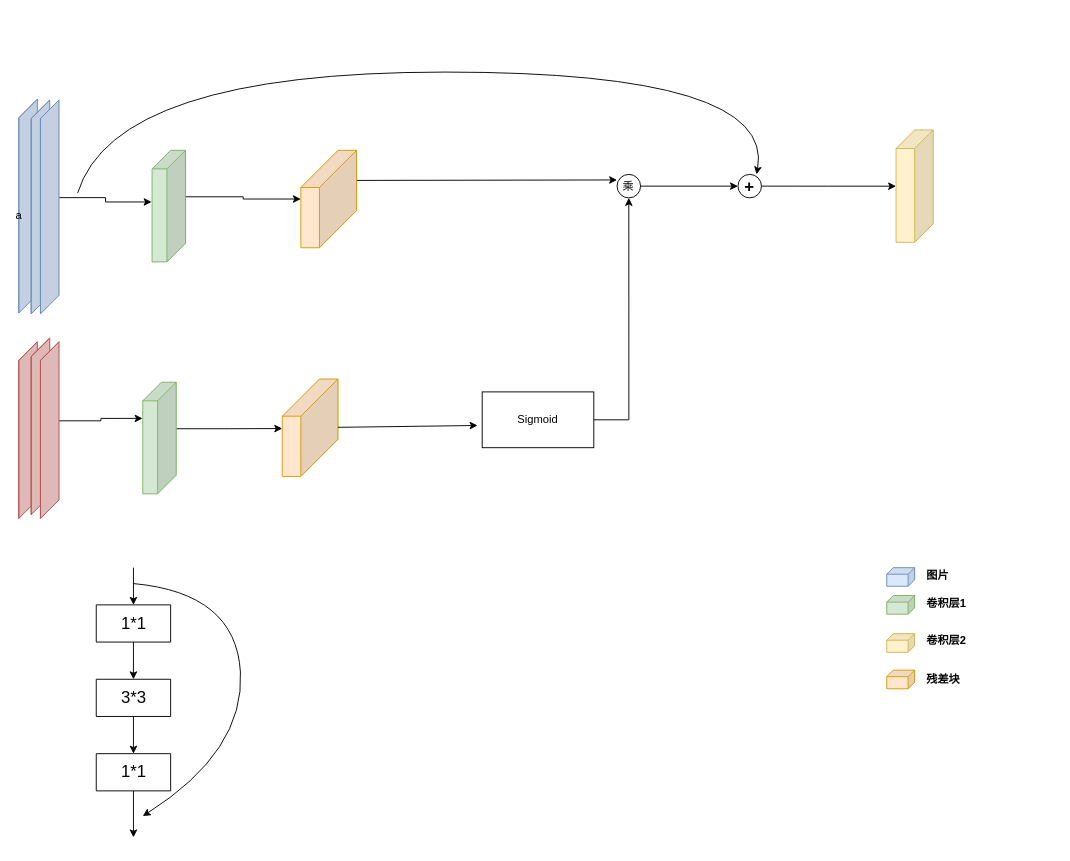
This is roi3.drawio from dkhonker/bigcreat-Architecture-Diagrams, a draw.io file, before an edit. Source tidied: cells renumbered, new cells numbered last; positions are measured from the earlier drawing's top-left corner, leaving out a move shared by most shapes. Both pictures are drawn from the tidied source at 93%, with x=0, y=0 at pixel (19, 72).
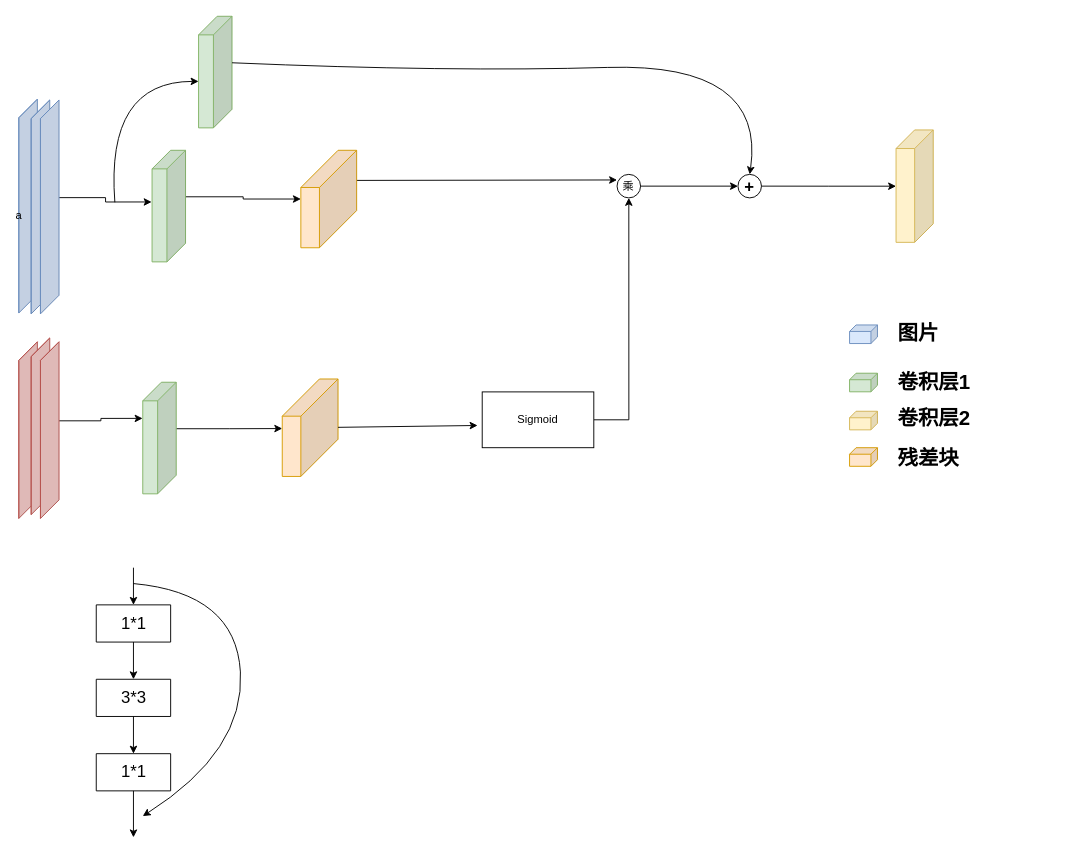
After the change.

The change refers to these unchanged cells:
```xml
<mxCell id="4" style="shape=cube;whiteSpace=wrap;html=1;boundedLbl=1;backgroundOutline=1;darkOpacity=0.05;darkOpacity2=0.1;size=20;direction=east;flipH=1;fillColor=#d5e8d4;strokeColor=#82b366;" parent="1" vertex="1">
  <mxGeometry x="143" y="84.1" width="36" height="120" as="geometry" />
</mxCell>
<mxCell id="16" style="shape=cube;whiteSpace=wrap;html=1;boundedLbl=1;backgroundOutline=1;darkOpacity=0.05;darkOpacity2=0.1;size=20;direction=east;flipH=1;fillColor=#dae8fc;strokeColor=#6c8ebf;" parent="1" vertex="1">
  <mxGeometry x="23" y="30" width="20" height="230" as="geometry" />
</mxCell>
<mxCell id="33" value="&lt;b&gt;&lt;font style=&quot;font-size: 18px;&quot;&gt;+&lt;/font&gt;&lt;/b&gt;" style="ellipse;whiteSpace=wrap;html=1;" parent="1" vertex="1">
  <mxGeometry x="773" y="110" width="25.3" height="25.3" as="geometry" />
</mxCell>
```

What changed in the source:
```diff
@@
     <mxCell id="5" style="shape=cube;whiteSpace=wrap;html=1;boundedLbl=1;backgroundOutline=1;darkOpacity=0.05;darkOpacity2=0.1;size=7;direction=east;flipH=1;fillColor=#dae8fc;strokeColor=#6c8ebf;" parent="1" vertex="1">
-      <mxGeometry x="933" y="532.9" width="30" height="20" as="geometry" />
+      <mxGeometry x="893" y="271.9" width="30" height="20" as="geometry" />
     </mxCell>
     <mxCell id="6" style="shape=cube;whiteSpace=wrap;html=1;boundedLbl=1;backgroundOutline=1;darkOpacity=0.05;darkOpacity2=0.1;size=7;direction=east;flipH=1;fillColor=#d5e8d4;strokeColor=#82b366;" parent="1" vertex="1">
-      <mxGeometry x="933" y="562.9" width="30" height="20" as="geometry" />
+      <mxGeometry x="893" y="323.8" width="30" height="20" as="geometry" />
     </mxCell>
-    <mxCell id="7" value="图片" style="text;html=1;strokeColor=none;fillColor=none;align=left;verticalAlign=middle;whiteSpace=wrap;rounded=0;fontStyle=1;" parent="1" vertex="1">
-      <mxGeometry x="974" y="530" width="138" height="23.9" as="geometry" />
+    <mxCell id="7" value="图片" style="text;html=1;strokeColor=none;fillColor=none;align=left;verticalAlign=middle;whiteSpace=wrap;rounded=0;fontStyle=1;fontSize=22;" parent="1" vertex="1">
+      <mxGeometry x="943" y="270" width="138" height="23.9" as="geometry" />
     </mxCell>
-    <mxCell id="8" value="卷积层1" style="text;html=1;strokeColor=none;fillColor=none;align=left;verticalAlign=middle;whiteSpace=wrap;rounded=0;fontStyle=1;" parent="1" vertex="1">
-      <mxGeometry x="974" y="560" width="138" height="23.9" as="geometry" />
+    <mxCell id="8" value="卷积层1" style="text;html=1;strokeColor=none;fillColor=none;align=left;verticalAlign=middle;whiteSpace=wrap;rounded=0;fontStyle=1;fontSize=22;" parent="1" vertex="1">
+      <mxGeometry x="943" y="321.9" width="138" height="23.9" as="geometry" />
     </mxCell>
-    <mxCell id="9" value="残差块" style="text;html=1;strokeColor=none;fillColor=none;align=left;verticalAlign=middle;whiteSpace=wrap;rounded=0;fontStyle=1;" parent="1" vertex="1">
-      <mxGeometry x="974" y="641.1" width="138" height="23.9" as="geometry" />
+    <mxCell id="9" value="&lt;font style=&quot;font-size: 22px;&quot;&gt;残差块&lt;/font&gt;" style="text;html=1;strokeColor=none;fillColor=none;align=left;verticalAlign=middle;whiteSpace=wrap;rounded=0;fontStyle=1;" parent="1" vertex="1">
+      <mxGeometry x="943" y="403.9" width="138" height="23.9" as="geometry" />
     </mxCell>
@@
     <mxCell id="11" style="shape=cube;whiteSpace=wrap;html=1;boundedLbl=1;backgroundOutline=1;darkOpacity=0.05;darkOpacity2=0.1;size=7;direction=east;flipH=1;fillColor=#ffe6cc;strokeColor=#d79b00;" parent="1" vertex="1">
-      <mxGeometry x="933" y="643.1" width="30" height="20" as="geometry" />
+      <mxGeometry x="893" y="403.9" width="30" height="20" as="geometry" />
     </mxCell>
     <mxCell id="12" style="shape=cube;whiteSpace=wrap;html=1;boundedLbl=1;backgroundOutline=1;darkOpacity=0.05;darkOpacity2=0.1;size=7;direction=east;flipH=1;fillColor=#fff2cc;strokeColor=#d6b656;" parent="1" vertex="1">
-      <mxGeometry x="933" y="603.9" width="30" height="20" as="geometry" />
+      <mxGeometry x="893" y="364.7" width="30" height="20" as="geometry" />
     </mxCell>
-    <mxCell id="13" value="卷积层2" style="text;html=1;strokeColor=none;fillColor=none;align=left;verticalAlign=middle;whiteSpace=wrap;rounded=0;fontStyle=1;" parent="1" vertex="1">
-      <mxGeometry x="974" y="600" width="138" height="23.9" as="geometry" />
+    <mxCell id="13" value="&lt;font style=&quot;font-size: 22px;&quot;&gt;卷积层2&lt;/font&gt;" style="text;html=1;strokeColor=none;fillColor=none;align=left;verticalAlign=middle;whiteSpace=wrap;rounded=0;fontStyle=1;" parent="1" vertex="1">
+      <mxGeometry x="943" y="360.9" width="138" height="23.9" as="geometry" />
     </mxCell>
@@
     <mxCell id="15" style="edgeStyle=orthogonalEdgeStyle;rounded=0;jettySize=auto;html=1;exitX=0;exitY=0;exitDx=0;exitDy=105;exitPerimeter=0;entryX=1.013;entryY=0.463;entryDx=0;entryDy=0;entryPerimeter=0;" parent="1" edge="1" source="16" target="4">
-      <mxGeometry relative="1" as="geometry" />
+      <mxGeometry relative="1" as="geometry">
+        <Array as="points">
+          <mxPoint x="93" y="135" />
+          <mxPoint x="93" y="140" />
+        </Array>
+      </mxGeometry>
     </mxCell>
@@
-    <mxCell id="31" style="curved=1;endArrow=classic;html=1;rounded=0;" parent="1" edge="1">
-      <mxGeometry relative="1" as="geometry">
-        <mxPoint x="63" y="130" as="sourcePoint" />
-        <mxPoint x="793" y="110" as="targetPoint" />
-        <Array as="points">
-          <mxPoint x="103" />
-          <mxPoint x="813" />
-        </Array>
-      </mxGeometry>
-    </mxCell>
@@
+    <mxCell id="45" style="shape=cube;whiteSpace=wrap;html=1;boundedLbl=1;backgroundOutline=1;darkOpacity=0.05;darkOpacity2=0.1;size=20;direction=east;flipH=1;fillColor=#d5e8d4;strokeColor=#82b366;" parent="1" vertex="1">
+      <mxGeometry x="193" y="-60" width="36" height="120" as="geometry" />
+    </mxCell>
+    <mxCell id="46" style="curved=1;endArrow=classic;html=1;rounded=0;fontSize=22;entryX=0;entryY=0;entryDx=36;entryDy=70;entryPerimeter=0;" parent="1" edge="1" target="45">
+      <mxGeometry relative="1" as="geometry">
+        <mxPoint x="103" y="140" as="sourcePoint" />
+        <Array as="points">
+          <mxPoint x="93" y="10" />
+        </Array>
+      </mxGeometry>
+    </mxCell>
+    <mxCell id="47" style="curved=1;endArrow=classic;html=1;rounded=0;fontSize=22;entryX=0.5;entryY=0;entryDx=0;entryDy=0;exitX=0;exitY=0;exitDx=0;exitDy=49.99999999999999;exitPerimeter=0;" parent="1" edge="1" source="45" target="33">
+      <mxGeometry relative="1" as="geometry">
+        <Array as="points">
+          <mxPoint x="463" />
+          <mxPoint x="803" y="-10" />
+        </Array>
+      </mxGeometry>
+    </mxCell>
```
